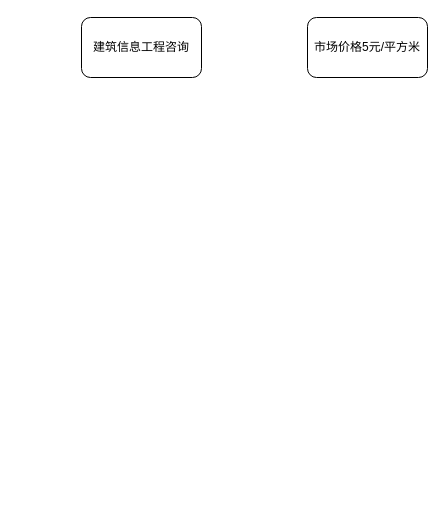
Before: BP_BAT.drawio in gaochaowyq/MinderGraph, a draw.io diagram. Source tidied: cells renumbered, new cells numbered last; positions are measured from the earlier drawing's top-left corner, leaving out a move shared by most shapes. Both pictures are drawn from the tidied source at 100%, with x=0, y=0 at pixel (81, 17).
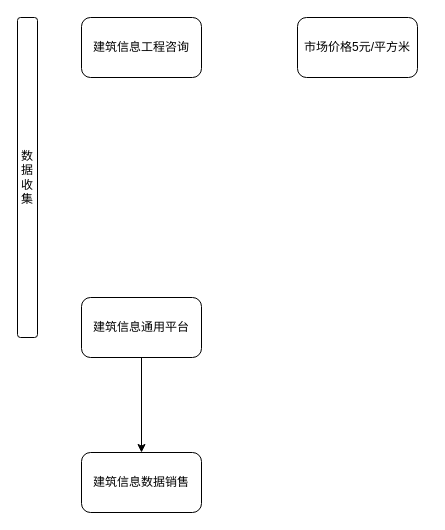
After the change.

The edit, as a diff of the source:
```diff
@@
 <mxGraphModel>
   <root>
     <mxCell id="0" />
     <mxCell id="1" parent="0" />
     <mxCell id="2" value="建筑信息工程咨询" style="rounded=1;whiteSpace=wrap;html=1;" parent="1" vertex="1">
       <mxGeometry width="120" height="60" as="geometry" />
     </mxCell>
     <mxCell id="3" value="市场价格5元/平方米" style="rounded=1;whiteSpace=wrap;html=1;" parent="1" vertex="1">
-      <mxGeometry x="226" width="120" height="60" as="geometry" />
+      <mxGeometry x="216" width="120" height="60" as="geometry" />
     </mxCell>
+    <mxCell id="4" style="edgeStyle=orthogonalEdgeStyle;rounded=0;jettySize=auto;html=1;" parent="1" edge="1" source="5" target="6">
+      <mxGeometry relative="1" as="geometry" />
+    </mxCell>
+    <mxCell id="5" value="建筑信息通用平台" style="rounded=1;whiteSpace=wrap;html=1;" parent="1" vertex="1">
+      <mxGeometry y="280" width="120" height="60" as="geometry" />
+    </mxCell>
+    <mxCell id="6" value="建筑信息数据销售" style="rounded=1;whiteSpace=wrap;html=1;" parent="1" vertex="1">
+      <mxGeometry y="435" width="120" height="60" as="geometry" />
+    </mxCell>
+    <mxCell id="7" value="数&lt;br&gt;据&lt;br&gt;收&lt;br&gt;集" style="rounded=1;whiteSpace=wrap;html=1;" parent="1" vertex="1">
+      <mxGeometry x="-64" width="20" height="320" as="geometry" />
+    </mxCell>
   </root>
 </mxGraphModel>
```
